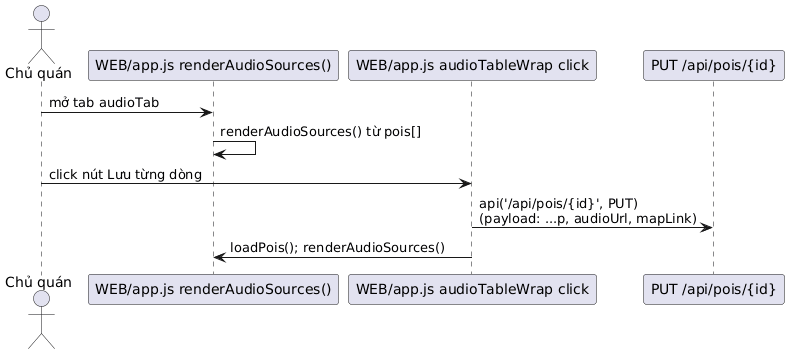
This is Diagrams/SE Owner QuanLyAudioMapLink.png from hoangtri22/TravelGuide, a PlantUML export, as it was before one commit.
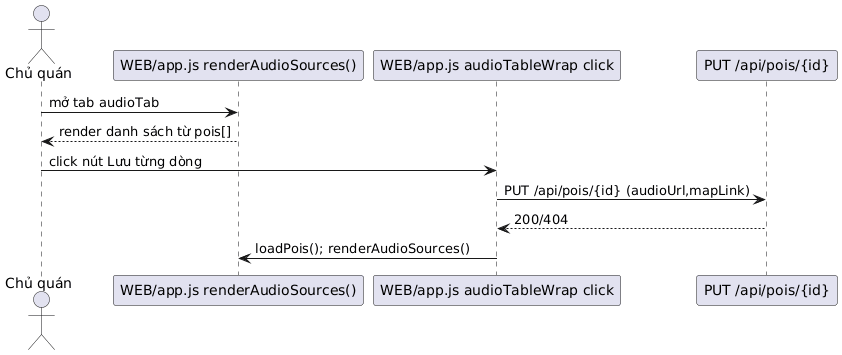
The same diagram one commit later.

Diff of the diagram source:
```diff
@@ -1,12 +1,12 @@
 @startuml
 actor "Chủ quán" as O
-participant "WEB/app.js renderAudioSources()" as JS
-participant "WEB/app.js audioTableWrap click" as SAVE
-participant "PUT /api/pois/{id}" as PUTPOI
-
-O -> JS: mở tab audioTab
-JS -> JS: renderAudioSources() từ pois[]
-O -> SAVE: click nút Lưu từng dòng
-SAVE -> PUTPOI: api('/api/pois/{id}', PUT)\n(payload: ...p, audioUrl, mapLink)
-SAVE -> JS: loadPois(); renderAudioSources()
+participant "WEB/app.js renderAudioSources()" as RENDER
+participant "WEB/app.js audioTableWrap click" as FE
+participant "PUT /api/pois/{id}" as PUT
+O -> RENDER : mở tab audioTab
+RENDER --> O : render danh sách từ pois[]
+O -> FE : click nút Lưu từng dòng
+FE -> PUT : PUT /api/pois/{id} (audioUrl,mapLink)
+PUT --> FE : 200/404
+FE -> RENDER : loadPois(); renderAudioSources()
 @enduml
```
